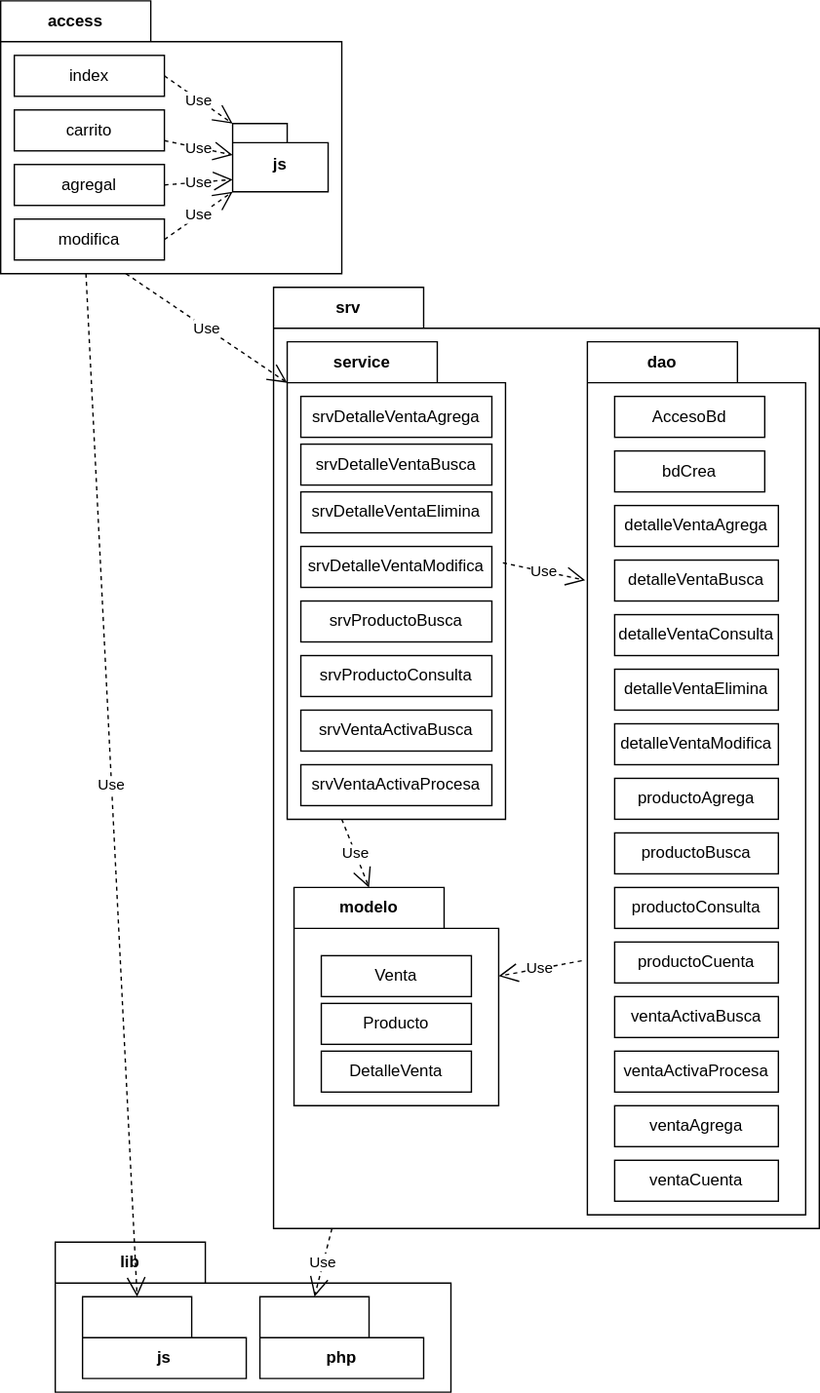
Earlier version of the draw.io export img/m21compras/compraspaquetes.drawio.svg (gilpgawoas/gilpgawoas.github.io). Source tidied: cells renumbered, new cells last; positions are measured from the earlier drawing's top-left corner, leaving out a move shared by most shapes.
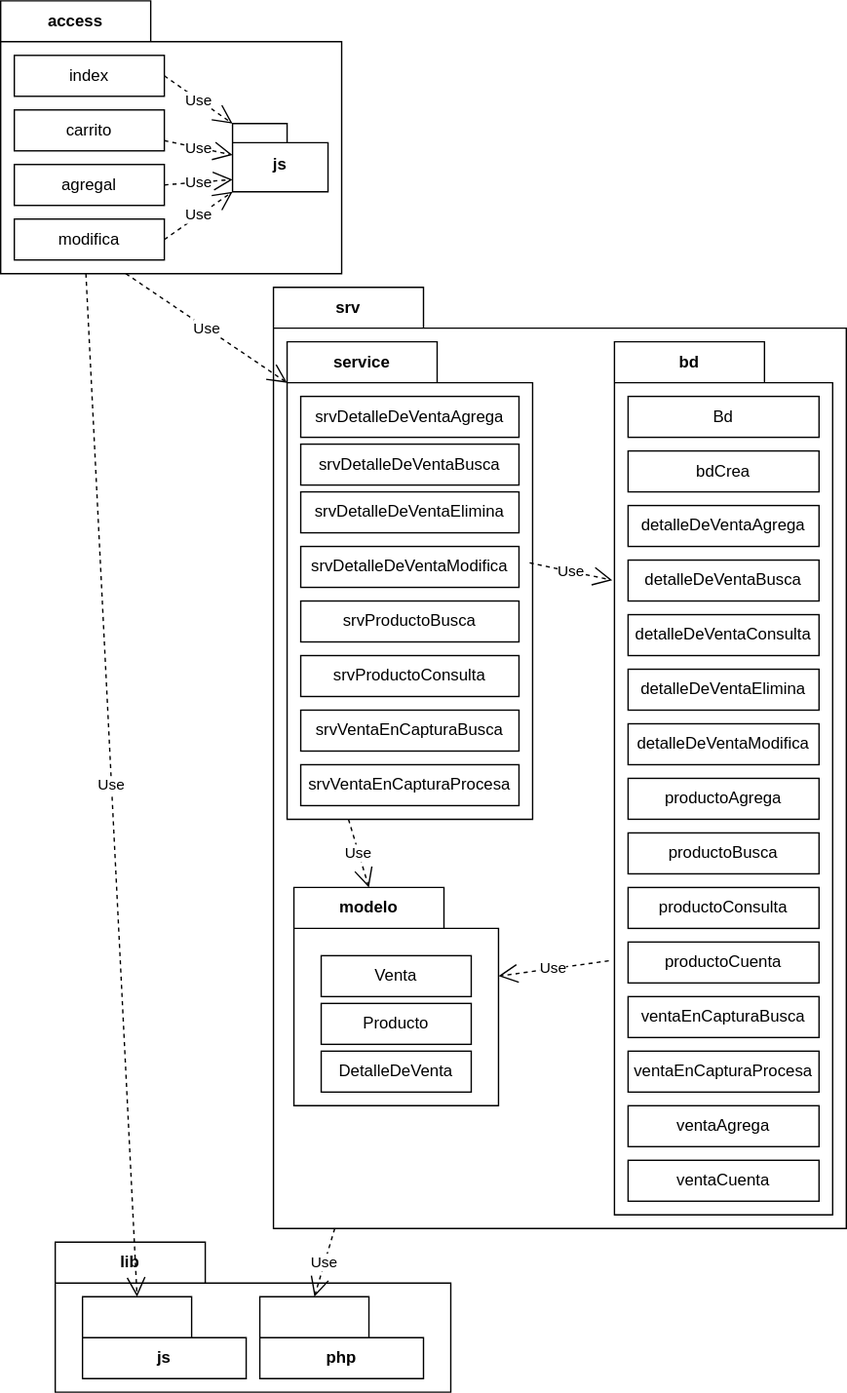
Above is the later version.

What changed in the source:
```diff
@@ -50,48 +50,48 @@
       <mxGeometry relative="1" as="geometry" />
     </mxCell>
     <mxCell id="15" value="srv" style="shape=folder;fontStyle=1;tabWidth=110;tabHeight=30;tabPosition=left;html=1;boundedLbl=1;labelInHeader=1;whiteSpace=wrap;" parent="1" vertex="1">
-      <mxGeometry x="200" y="210" width="400" height="690" as="geometry" />
+      <mxGeometry x="200" y="210" width="420" height="690" as="geometry" />
     </mxCell>
     <mxCell id="16" value="service" style="shape=folder;fontStyle=1;tabWidth=110;tabHeight=30;tabPosition=left;html=1;boundedLbl=1;labelInHeader=1;whiteSpace=wrap;" parent="15" vertex="1">
-      <mxGeometry x="10" y="40" width="160" height="350" as="geometry" />
+      <mxGeometry x="10" y="40" width="180" height="350" as="geometry" />
     </mxCell>
-    <mxCell id="17" value="srvDetalleVentaAgrega" style="html=1;whiteSpace=wrap;" parent="16" vertex="1">
-      <mxGeometry width="140" height="30" relative="1" as="geometry">
+    <mxCell id="17" value="srvDetalleDeVentaAgrega" style="html=1;whiteSpace=wrap;" parent="16" vertex="1">
+      <mxGeometry width="160" height="30" relative="1" as="geometry">
         <mxPoint x="10" y="40" as="offset" />
       </mxGeometry>
     </mxCell>
-    <mxCell id="18" value="srvDetalleVentaBusca" style="html=1;whiteSpace=wrap;" parent="16" vertex="1">
-      <mxGeometry width="140" height="30" relative="1" as="geometry">
+    <mxCell id="18" value="srvDetalleDeVentaBusca" style="html=1;whiteSpace=wrap;" parent="16" vertex="1">
+      <mxGeometry width="160" height="30" relative="1" as="geometry">
         <mxPoint x="10" y="75" as="offset" />
       </mxGeometry>
     </mxCell>
-    <mxCell id="19" value="srvDetalleVentaElimina" style="html=1;whiteSpace=wrap;" parent="16" vertex="1">
-      <mxGeometry width="140" height="30" relative="1" as="geometry">
+    <mxCell id="19" value="srvDetalleDeVentaElimina" style="html=1;whiteSpace=wrap;" parent="16" vertex="1">
+      <mxGeometry width="160" height="30" relative="1" as="geometry">
         <mxPoint x="10" y="110" as="offset" />
       </mxGeometry>
     </mxCell>
-    <mxCell id="20" value="srvDetalleVentaModifica" style="html=1;whiteSpace=wrap;" parent="16" vertex="1">
-      <mxGeometry width="140" height="30" relative="1" as="geometry">
+    <mxCell id="20" value="srvDetalleDeVentaModifica" style="html=1;whiteSpace=wrap;" parent="16" vertex="1">
+      <mxGeometry width="160" height="30" relative="1" as="geometry">
         <mxPoint x="10" y="150" as="offset" />
       </mxGeometry>
     </mxCell>
     <mxCell id="21" value="srvProductoBusca" style="html=1;whiteSpace=wrap;" parent="16" vertex="1">
-      <mxGeometry width="140" height="30" relative="1" as="geometry">
+      <mxGeometry width="160" height="30" relative="1" as="geometry">
         <mxPoint x="10" y="190" as="offset" />
       </mxGeometry>
     </mxCell>
-    <mxCell id="22" value="srvVentaActivaBusca" style="html=1;whiteSpace=wrap;" parent="16" vertex="1">
-      <mxGeometry width="140" height="30" relative="1" as="geometry">
+    <mxCell id="22" value="srvVentaEnCapturaBusca" style="html=1;whiteSpace=wrap;" parent="16" vertex="1">
+      <mxGeometry width="160" height="30" relative="1" as="geometry">
         <mxPoint x="10" y="270" as="offset" />
       </mxGeometry>
     </mxCell>
     <mxCell id="23" value="srvProductoConsulta" style="html=1;whiteSpace=wrap;" parent="16" vertex="1">
-      <mxGeometry width="140" height="30" relative="1" as="geometry">
+      <mxGeometry width="160" height="30" relative="1" as="geometry">
         <mxPoint x="10" y="230" as="offset" />
       </mxGeometry>
     </mxCell>
-    <mxCell id="24" value="srvVentaActivaProcesa" style="html=1;whiteSpace=wrap;" parent="16" vertex="1">
-      <mxGeometry width="140" height="30" relative="1" as="geometry">
+    <mxCell id="24" value="srvVentaEnCapturaProcesa" style="html=1;whiteSpace=wrap;" parent="16" vertex="1">
+      <mxGeometry width="160" height="30" relative="1" as="geometry">
         <mxPoint x="10" y="310" as="offset" />
       </mxGeometry>
     </mxCell>
@@ -108,7 +108,7 @@
         <mxPoint x="20" y="85" as="offset" />
       </mxGeometry>
     </mxCell>
-    <mxCell id="28" value="DetalleVenta" style="html=1;whiteSpace=wrap;" parent="25" vertex="1">
+    <mxCell id="28" value="DetalleDeVenta" style="html=1;whiteSpace=wrap;" parent="25" vertex="1">
       <mxGeometry width="110" height="30" relative="1" as="geometry">
         <mxPoint x="20" y="120" as="offset" />
       </mxGeometry>
@@ -122,82 +122,82 @@
     <mxCell id="31" value="Use" style="endArrow=open;endSize=12;dashed=1;html=1;rounded=0;entryX=-0.01;entryY=0.273;entryDx=0;entryDy=0;entryPerimeter=0;exitX=0.988;exitY=0.463;exitDx=0;exitDy=0;exitPerimeter=0;" parent="15" edge="1" source="16" target="32">
       <mxGeometry relative="1" as="geometry" />
     </mxCell>
-    <mxCell id="32" value="dao" style="shape=folder;fontStyle=1;tabWidth=110;tabHeight=30;tabPosition=left;html=1;boundedLbl=1;labelInHeader=1;whiteSpace=wrap;" parent="15" vertex="1">
-      <mxGeometry x="230" y="40" width="160" height="640" as="geometry" />
+    <mxCell id="32" value="bd" style="shape=folder;fontStyle=1;tabWidth=110;tabHeight=30;tabPosition=left;html=1;boundedLbl=1;labelInHeader=1;whiteSpace=wrap;" parent="15" vertex="1">
+      <mxGeometry x="250" y="40" width="160" height="640" as="geometry" />
     </mxCell>
-    <mxCell id="33" value="AccesoBd" style="html=1;whiteSpace=wrap;" parent="32" vertex="1">
-      <mxGeometry width="110" height="30" relative="1" as="geometry">
-        <mxPoint x="20" y="40" as="offset" />
+    <mxCell id="33" value="Bd" style="html=1;whiteSpace=wrap;" parent="32" vertex="1">
+      <mxGeometry width="140" height="30" relative="1" as="geometry">
+        <mxPoint x="10" y="40" as="offset" />
       </mxGeometry>
     </mxCell>
     <mxCell id="34" value="bdCrea" style="html=1;whiteSpace=wrap;" parent="32" vertex="1">
-      <mxGeometry width="110" height="30" relative="1" as="geometry">
-        <mxPoint x="20" y="80" as="offset" />
+      <mxGeometry width="140" height="30" relative="1" as="geometry">
+        <mxPoint x="10" y="80" as="offset" />
       </mxGeometry>
     </mxCell>
-    <mxCell id="35" value="detalleVentaAgrega" style="html=1;whiteSpace=wrap;" parent="32" vertex="1">
-      <mxGeometry width="120" height="30" relative="1" as="geometry">
-        <mxPoint x="20" y="120" as="offset" />
+    <mxCell id="35" value="detalleDeVentaAgrega" style="html=1;whiteSpace=wrap;" parent="32" vertex="1">
+      <mxGeometry width="140" height="30" relative="1" as="geometry">
+        <mxPoint x="10" y="120" as="offset" />
       </mxGeometry>
     </mxCell>
-    <mxCell id="36" value="detalleVentaBusca" style="html=1;whiteSpace=wrap;" parent="32" vertex="1">
-      <mxGeometry width="120" height="30" relative="1" as="geometry">
-        <mxPoint x="20" y="160" as="offset" />
+    <mxCell id="36" value="detalleDeVentaBusca" style="html=1;whiteSpace=wrap;" parent="32" vertex="1">
+      <mxGeometry width="140" height="30" relative="1" as="geometry">
+        <mxPoint x="10" y="160" as="offset" />
       </mxGeometry>
     </mxCell>
-    <mxCell id="37" value="detalleVentaConsulta" style="html=1;whiteSpace=wrap;" parent="32" vertex="1">
-      <mxGeometry width="120" height="30" relative="1" as="geometry">
-        <mxPoint x="20" y="200" as="offset" />
+    <mxCell id="37" value="detalleDeVentaConsulta" style="html=1;whiteSpace=wrap;" parent="32" vertex="1">
+      <mxGeometry width="140" height="30" relative="1" as="geometry">
+        <mxPoint x="10" y="200" as="offset" />
       </mxGeometry>
     </mxCell>
-    <mxCell id="38" value="detalleVentaElimina" style="html=1;whiteSpace=wrap;" parent="32" vertex="1">
-      <mxGeometry width="120" height="30" relative="1" as="geometry">
-        <mxPoint x="20" y="240" as="offset" />
+    <mxCell id="38" value="detalleDeVentaElimina" style="html=1;whiteSpace=wrap;" parent="32" vertex="1">
+      <mxGeometry width="140" height="30" relative="1" as="geometry">
+        <mxPoint x="10" y="240" as="offset" />
       </mxGeometry>
     </mxCell>
-    <mxCell id="39" value="detalleVentaModifica" style="html=1;whiteSpace=wrap;" parent="32" vertex="1">
-      <mxGeometry width="120" height="30" relative="1" as="geometry">
-        <mxPoint x="20" y="280" as="offset" />
+    <mxCell id="39" value="detalleDeVentaModifica" style="html=1;whiteSpace=wrap;" parent="32" vertex="1">
+      <mxGeometry width="140" height="30" relative="1" as="geometry">
+        <mxPoint x="10" y="280" as="offset" />
       </mxGeometry>
     </mxCell>
     <mxCell id="40" value="productoCuenta" style="html=1;whiteSpace=wrap;" parent="32" vertex="1">
-      <mxGeometry width="120" height="30" relative="1" as="geometry">
-        <mxPoint x="20" y="440" as="offset" />
+      <mxGeometry width="140" height="30" relative="1" as="geometry">
+        <mxPoint x="10" y="440" as="offset" />
       </mxGeometry>
     </mxCell>
-    <mxCell id="41" value="ventaActivaBusca" style="html=1;whiteSpace=wrap;" parent="32" vertex="1">
-      <mxGeometry width="120" height="30" relative="1" as="geometry">
-        <mxPoint x="20" y="480" as="offset" />
+    <mxCell id="41" value="ventaEnCapturaBusca" style="html=1;whiteSpace=wrap;" parent="32" vertex="1">
+      <mxGeometry width="140" height="30" relative="1" as="geometry">
+        <mxPoint x="10" y="480" as="offset" />
       </mxGeometry>
     </mxCell>
     <mxCell id="42" value="productoAgrega" style="html=1;whiteSpace=wrap;" parent="32" vertex="1">
-      <mxGeometry width="120" height="30" relative="1" as="geometry">
-        <mxPoint x="20" y="320" as="offset" />
+      <mxGeometry width="140" height="30" relative="1" as="geometry">
+        <mxPoint x="10" y="320" as="offset" />
       </mxGeometry>
     </mxCell>
     <mxCell id="43" value="productoBusca" style="html=1;whiteSpace=wrap;" parent="32" vertex="1">
-      <mxGeometry width="120" height="30" relative="1" as="geometry">
-        <mxPoint x="20" y="360" as="offset" />
+      <mxGeometry width="140" height="30" relative="1" as="geometry">
+        <mxPoint x="10" y="360" as="offset" />
       </mxGeometry>
     </mxCell>
     <mxCell id="44" value="productoConsulta" style="html=1;whiteSpace=wrap;" parent="32" vertex="1">
-      <mxGeometry width="120" height="30" relative="1" as="geometry">
-        <mxPoint x="20" y="400" as="offset" />
+      <mxGeometry width="140" height="30" relative="1" as="geometry">
+        <mxPoint x="10" y="400" as="offset" />
       </mxGeometry>
     </mxCell>
-    <mxCell id="45" value="ventaActivaProcesa" style="html=1;whiteSpace=wrap;" parent="32" vertex="1">
-      <mxGeometry width="120" height="30" relative="1" as="geometry">
-        <mxPoint x="20" y="520" as="offset" />
+    <mxCell id="45" value="ventaEnCapturaProcesa" style="html=1;whiteSpace=wrap;" parent="32" vertex="1">
+      <mxGeometry width="140" height="30" relative="1" as="geometry">
+        <mxPoint x="10" y="520" as="offset" />
       </mxGeometry>
     </mxCell>
     <mxCell id="46" value="ventaAgrega" style="html=1;whiteSpace=wrap;" parent="32" vertex="1">
-      <mxGeometry width="120" height="30" relative="1" as="geometry">
-        <mxPoint x="20" y="560" as="offset" />
+      <mxGeometry width="140" height="30" relative="1" as="geometry">
+        <mxPoint x="10" y="560" as="offset" />
       </mxGeometry>
     </mxCell>
     <mxCell id="47" value="ventaCuenta" style="html=1;whiteSpace=wrap;" parent="32" vertex="1">
-      <mxGeometry width="120" height="30" relative="1" as="geometry">
-        <mxPoint x="20" y="600" as="offset" />
+      <mxGeometry width="140" height="30" relative="1" as="geometry">
+        <mxPoint x="10" y="600" as="offset" />
       </mxGeometry>
     </mxCell>
     <mxCell id="48" value="Use" style="endArrow=open;endSize=12;dashed=1;html=1;rounded=0;exitX=0.367;exitY=1;exitDx=0;exitDy=0;exitPerimeter=0;entryX=0;entryY=0;entryDx=0;entryDy=30;entryPerimeter=0;" parent="1" edge="1" source="5" target="16">
```
